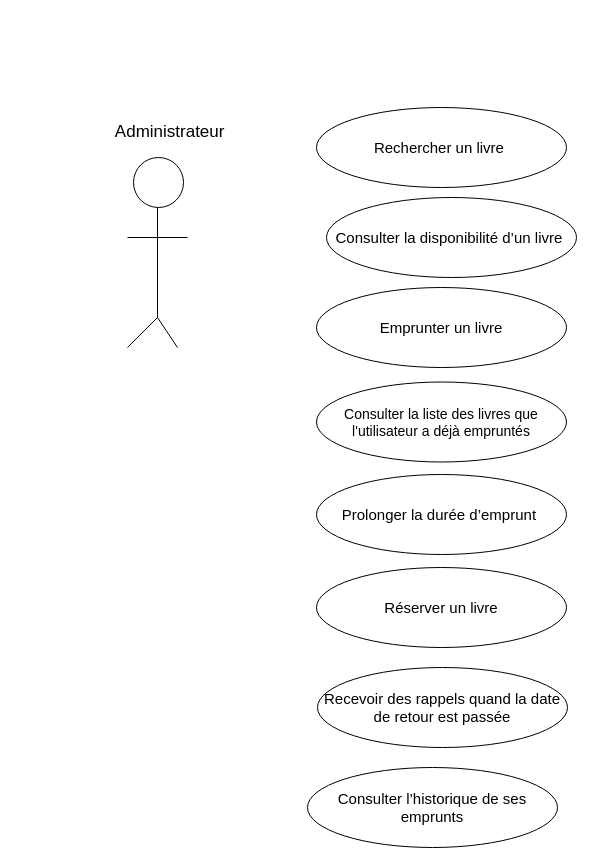
Earlier version of the draw.io diagram page "Use Case Utilisateur" (2 of 2) of diagramme/Diagramme UML Bibliothèque.drawio (JocelyneMuller/Projet-Biblioth-que). Source tidied: cells renumbered, new cells numbered last; positions are measured from the earlier drawing's top-left corner, leaving out a move shared by most shapes. Both pictures are drawn from the tidied source at 100%, with x=0, y=0 at pixel (127, 107).
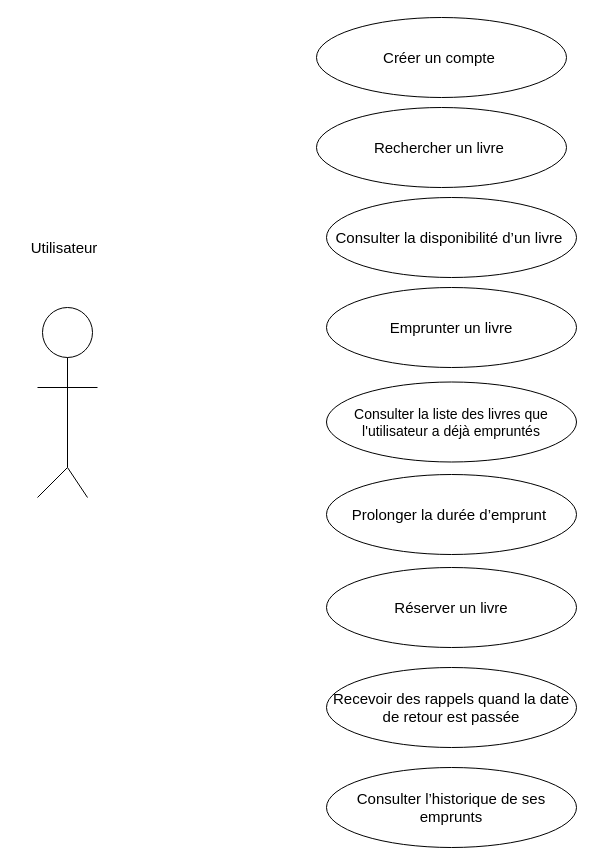
After the change.

Change to the diagram source:
```diff
@@
-    <mxCell id="2" value="&lt;font style=&quot;font-size: 17px;&quot;&gt;Administrateur&amp;nbsp;&lt;/font&gt;" style="text;html=1;align=center;verticalAlign=middle;whiteSpace=wrap;rounded=0;" parent="1" vertex="1">
-      <mxGeometry x="20" y="10" width="50" height="30" as="geometry" />
-    </mxCell>
-    <mxCell id="3" style="ellipse;whiteSpace=wrap;html=1;" parent="1" vertex="1">
-      <mxGeometry x="6" y="50" width="50" height="50" as="geometry" />
-    </mxCell>
-    <mxCell id="4" style="endArrow=none;html=1;rounded=0;" parent="1" edge="1">
-      <mxGeometry relative="1" as="geometry">
-        <mxPoint x="30" y="210" as="sourcePoint" />
-        <mxPoint x="30" y="100" as="targetPoint" />
-      </mxGeometry>
-    </mxCell>
-    <mxCell id="5" style="endArrow=none;html=1;rounded=0;" parent="1" edge="1">
-      <mxGeometry relative="1" as="geometry">
-        <mxPoint x="30" y="130" as="sourcePoint" />
-        <mxPoint x="60" y="130" as="targetPoint" />
-      </mxGeometry>
-    </mxCell>
-    <mxCell id="6" style="endArrow=none;html=1;rounded=0;" parent="1" edge="1">
-      <mxGeometry relative="1" as="geometry">
-        <mxPoint y="130" as="sourcePoint" />
-        <mxPoint x="30" y="130" as="targetPoint" />
-      </mxGeometry>
-    </mxCell>
-    <mxCell id="7" style="endArrow=none;html=1;rounded=0;" parent="1" edge="1">
-      <mxGeometry relative="1" as="geometry">
-        <mxPoint y="240" as="sourcePoint" />
-        <mxPoint x="30" y="210" as="targetPoint" />
-      </mxGeometry>
-    </mxCell>
-    <mxCell id="8" style="endArrow=none;html=1;rounded=0;" parent="1" edge="1">
-      <mxGeometry relative="1" as="geometry">
-        <mxPoint x="50" y="240" as="sourcePoint" />
-        <mxPoint x="30" y="210" as="targetPoint" />
-      </mxGeometry>
-    </mxCell>
@@
     <mxCell id="11" value="&lt;font style=&quot;font-size: 15px;&quot;&gt;Emprunter un livre&lt;/font&gt;" style="ellipse;whiteSpace=wrap;html=1;" parent="1" vertex="1">
-      <mxGeometry x="189" y="180" width="250" height="80" as="geometry" />
+      <mxGeometry x="199" y="180" width="250" height="80" as="geometry" />
     </mxCell>
     <mxCell id="12" value="&lt;font style=&quot;font-size: 14px;&quot;&gt;Consulter la liste des livres que l'utilisateur a déjà empruntés&lt;/font&gt;" style="ellipse;whiteSpace=wrap;html=1;" parent="1" vertex="1">
-      <mxGeometry x="189" y="274.5" width="250" height="80" as="geometry" />
+      <mxGeometry x="199" y="274.5" width="250" height="80" as="geometry" />
     </mxCell>
     <mxCell id="13" value="&lt;font style=&quot;font-size: 15px;&quot;&gt;Prolonger la durée d’emprunt&amp;nbsp;&lt;/font&gt;" style="ellipse;whiteSpace=wrap;html=1;" parent="1" vertex="1">
-      <mxGeometry x="189" y="367" width="250" height="80" as="geometry" />
+      <mxGeometry x="199" y="367" width="250" height="80" as="geometry" />
     </mxCell>
     <mxCell id="14" value="&lt;font style=&quot;font-size: 15px;&quot;&gt;Réserver un livre&lt;/font&gt;" style="ellipse;whiteSpace=wrap;html=1;" parent="1" vertex="1">
-      <mxGeometry x="189" y="460" width="250" height="80" as="geometry" />
+      <mxGeometry x="199" y="460" width="250" height="80" as="geometry" />
     </mxCell>
     <mxCell id="15" value="&lt;font style=&quot;font-size: 15px;&quot;&gt;Recevoir des rappels quand la date de retour est passée&lt;/font&gt;" style="ellipse;whiteSpace=wrap;html=1;" parent="1" vertex="1">
-      <mxGeometry x="190" y="560" width="250" height="80" as="geometry" />
+      <mxGeometry x="199" y="560" width="250" height="80" as="geometry" />
     </mxCell>
     <mxCell id="16" value="&lt;font style=&quot;font-size: 15px;&quot;&gt;Consulter l’historique de ses emprunts&lt;/font&gt;" style="ellipse;whiteSpace=wrap;html=1;" parent="1" vertex="1">
-      <mxGeometry x="180" y="660" width="250" height="80" as="geometry" />
+      <mxGeometry x="199" y="660" width="250" height="80" as="geometry" />
     </mxCell>
+    <mxCell id="17" value="&lt;font style=&quot;font-size: 15px;&quot;&gt;Utilisateur&lt;/font&gt;" style="text;html=1;align=center;verticalAlign=middle;whiteSpace=wrap;rounded=0;" parent="1" vertex="1">
+      <mxGeometry x="-110" y="120" width="94" height="40" as="geometry" />
+    </mxCell>
+    <mxCell id="18" style="group;" parent="1" vertex="1">
+      <mxGeometry x="-90" y="200" width="60" height="160" as="geometry" />
+    </mxCell>
+    <mxCell id="3" style="ellipse;whiteSpace=wrap;html=1;" parent="18" vertex="1">
+      <mxGeometry x="5" width="50" height="50" as="geometry" />
+    </mxCell>
+    <mxCell id="19" style="group;" parent="18" vertex="1">
+      <mxGeometry y="50" width="60" height="110" as="geometry" />
+    </mxCell>
+    <mxCell id="4" style="endArrow=none;html=1;rounded=0;" parent="19" edge="1">
+      <mxGeometry relative="1" as="geometry">
+        <mxPoint x="30" y="110" as="sourcePoint" />
+        <mxPoint x="30" as="targetPoint" />
+      </mxGeometry>
+    </mxCell>
+    <mxCell id="5" style="endArrow=none;html=1;rounded=0;" parent="19" edge="1">
+      <mxGeometry relative="1" as="geometry">
+        <mxPoint x="30" y="30" as="sourcePoint" />
+        <mxPoint x="60" y="30" as="targetPoint" />
+      </mxGeometry>
+    </mxCell>
+    <mxCell id="6" style="endArrow=none;html=1;rounded=0;" parent="19" edge="1">
+      <mxGeometry relative="1" as="geometry">
+        <mxPoint y="30" as="sourcePoint" />
+        <mxPoint x="30" y="30" as="targetPoint" />
+      </mxGeometry>
+    </mxCell>
+    <mxCell id="20" style="group;" parent="1" vertex="1">
+      <mxGeometry x="-90" y="360" width="50" height="30" as="geometry" />
+    </mxCell>
+    <mxCell id="7" style="endArrow=none;html=1;rounded=0;" parent="20" edge="1">
+      <mxGeometry relative="1" as="geometry">
+        <mxPoint y="30" as="sourcePoint" />
+        <mxPoint x="30" as="targetPoint" />
+      </mxGeometry>
+    </mxCell>
+    <mxCell id="8" style="endArrow=none;html=1;rounded=0;" parent="20" edge="1">
+      <mxGeometry relative="1" as="geometry">
+        <mxPoint x="50" y="30" as="sourcePoint" />
+        <mxPoint x="30" as="targetPoint" />
+      </mxGeometry>
+    </mxCell>
+    <mxCell id="21" value="&lt;font style=&quot;font-size: 15px;&quot;&gt;Créer un compte&amp;nbsp;&lt;/font&gt;" style="ellipse;whiteSpace=wrap;html=1;" parent="1" vertex="1">
+      <mxGeometry x="189" y="-90" width="250" height="80" as="geometry" />
+    </mxCell>
```
